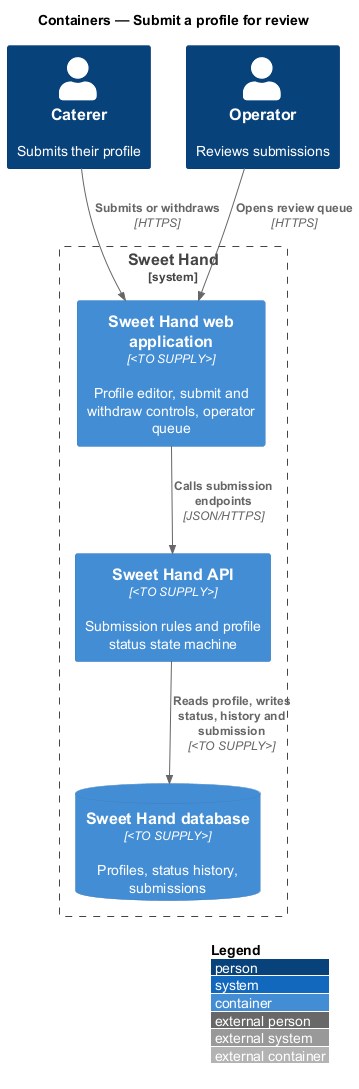
Above: docs/detailed-designs/caterer-profiles/submit-profile-for-review/diagrams/c4-container.png in QuinntyneBrown/sweet-hand (PlantUML), before the change.
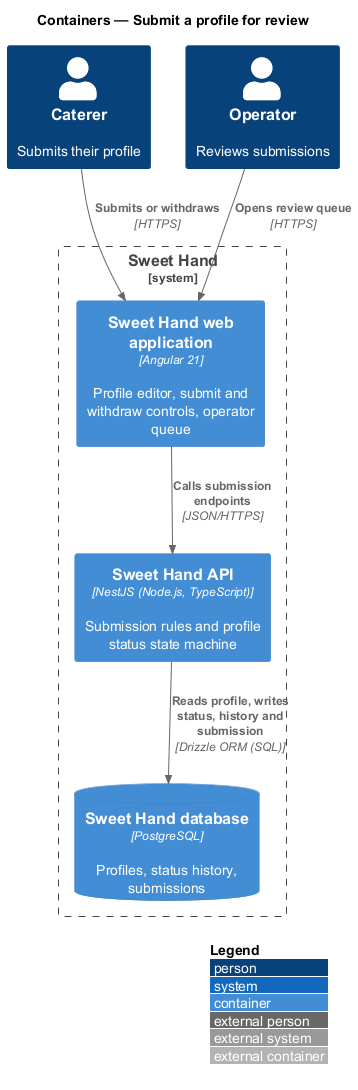
Above is the later version.

The edit, as a diff of the source:
```diff
@@ -6,13 +6,13 @@
 Person(caterer, "Caterer", "Submits their profile")
 Person(operator, "Operator", "Reviews submissions")
 System_Boundary(sweethand, "Sweet Hand") {
-  Container(web, "Sweet Hand web application", "<TO SUPPLY>", "Profile editor, submit and withdraw controls, operator queue")
-  Container(api, "Sweet Hand API", "<TO SUPPLY>", "Submission rules and profile status state machine")
-  ContainerDb(db, "Sweet Hand database", "<TO SUPPLY>", "Profiles, status history, submissions")
+  Container(web, "Sweet Hand web application", "Angular 21", "Profile editor, submit and withdraw controls, operator queue")
+  Container(api, "Sweet Hand API", "NestJS (Node.js, TypeScript)", "Submission rules and profile status state machine")
+  ContainerDb(db, "Sweet Hand database", "PostgreSQL", "Profiles, status history, submissions")
 }
 
 Rel(caterer, web, "Submits or withdraws", "HTTPS")
 Rel(operator, web, "Opens review queue", "HTTPS")
 Rel(web, api, "Calls submission endpoints", "JSON/HTTPS")
-Rel(api, db, "Reads profile, writes status, history and submission", "<TO SUPPLY>")
+Rel(api, db, "Reads profile, writes status, history and submission", "Drizzle ORM (SQL)")
 @enduml
```
